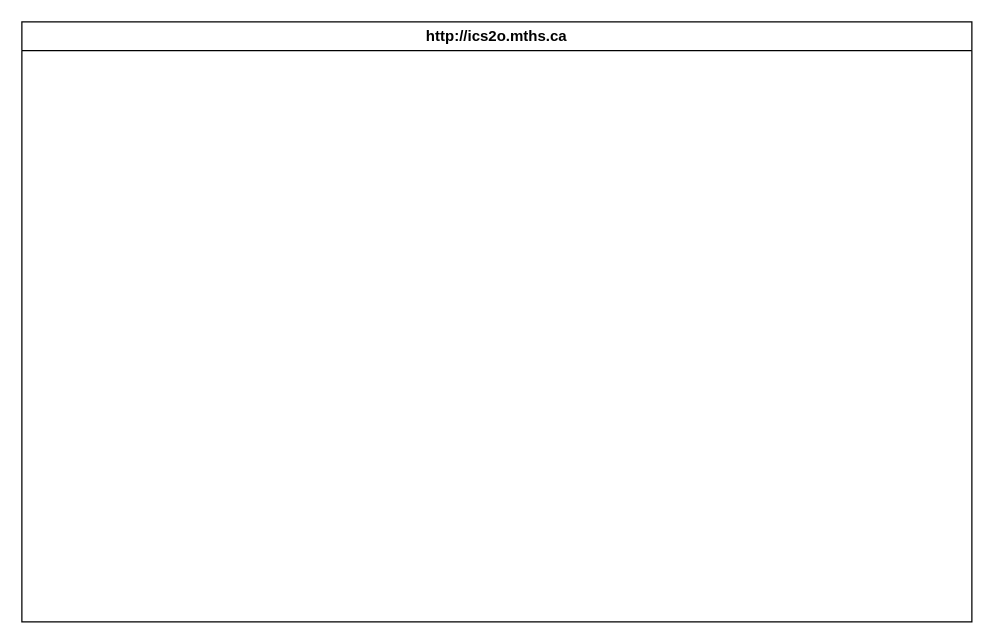
Above: design/storyboard.drawio in MTHS-ICD2O-1-2023/ICD2O-Unit-5-06-Gabriel-Zanardi (draw.io), before the change. Source tidied: cells renumbered, new cells numbered last; positions are measured from the earlier drawing's top-left corner, leaving out a move shared by most shapes. Both pictures are drawn from the tidied source at 125%, with x=0, y=0 at pixel (21, 21).
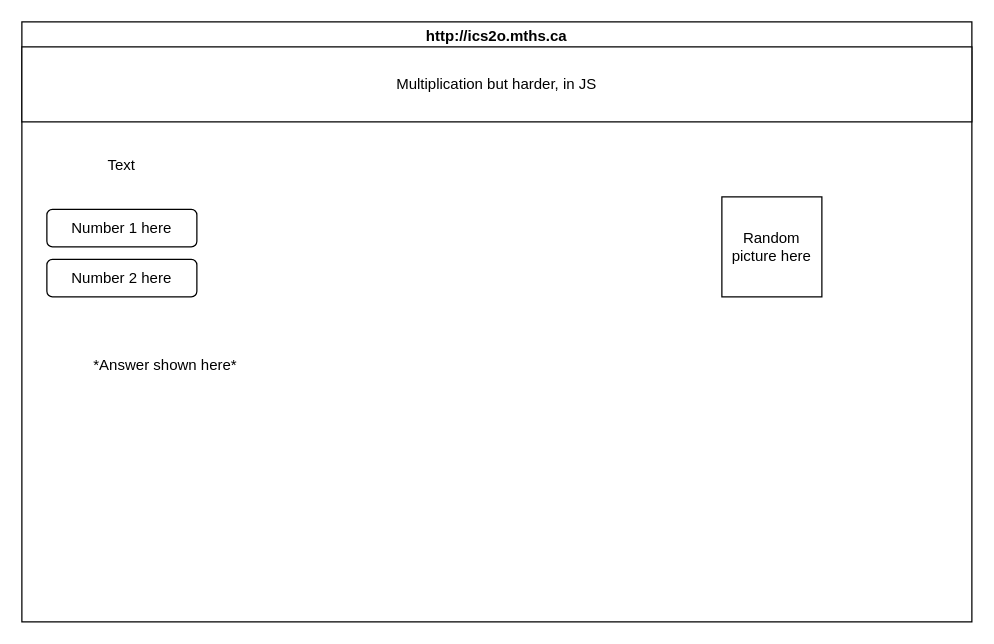
After the change.

Commit message (it also covers changes not shown here):
init storyboard and flowchart and exported both out

What changed in the source:
```diff
@@
 <mxGraphModel>
   <root>
     <mxCell id="0" />
     <mxCell id="1" parent="0" />
     <mxCell id="2" value="http://ics2o.mths.ca" style="swimlane;whiteSpace=wrap;html=1;" parent="1" vertex="1">
       <mxGeometry width="760" height="480" as="geometry" />
     </mxCell>
+    <mxCell id="3" value="Multiplication but harder, in JS" style="rounded=0;whiteSpace=wrap;html=1;" parent="2" vertex="1">
+      <mxGeometry y="20" width="760" height="60" as="geometry" />
+    </mxCell>
+    <mxCell id="4" value="Number 1 here" style="rounded=1;whiteSpace=wrap;html=1;" parent="2" vertex="1">
+      <mxGeometry x="20" y="150" width="120" height="30" as="geometry" />
+    </mxCell>
+    <mxCell id="5" value="Number 2 here" style="rounded=1;whiteSpace=wrap;html=1;" parent="2" vertex="1">
+      <mxGeometry x="20" y="190" width="120" height="30" as="geometry" />
+    </mxCell>
+    <mxCell id="6" value="Random picture here" style="whiteSpace=wrap;html=1;" parent="2" vertex="1">
+      <mxGeometry x="560" y="140" width="80" height="80" as="geometry" />
+    </mxCell>
+    <mxCell id="7" value="*Answer shown here*" style="text;html=1;strokeColor=none;fillColor=none;align=center;verticalAlign=middle;whiteSpace=wrap;rounded=0;" parent="2" vertex="1">
+      <mxGeometry x="50" y="260" width="130" height="30" as="geometry" />
+    </mxCell>
+    <mxCell id="8" value="Text" style="text;html=1;strokeColor=none;fillColor=none;align=center;verticalAlign=middle;whiteSpace=wrap;rounded=0;" parent="2" vertex="1">
+      <mxGeometry x="50" y="100" width="60" height="30" as="geometry" />
+    </mxCell>
   </root>
 </mxGraphModel>
```
